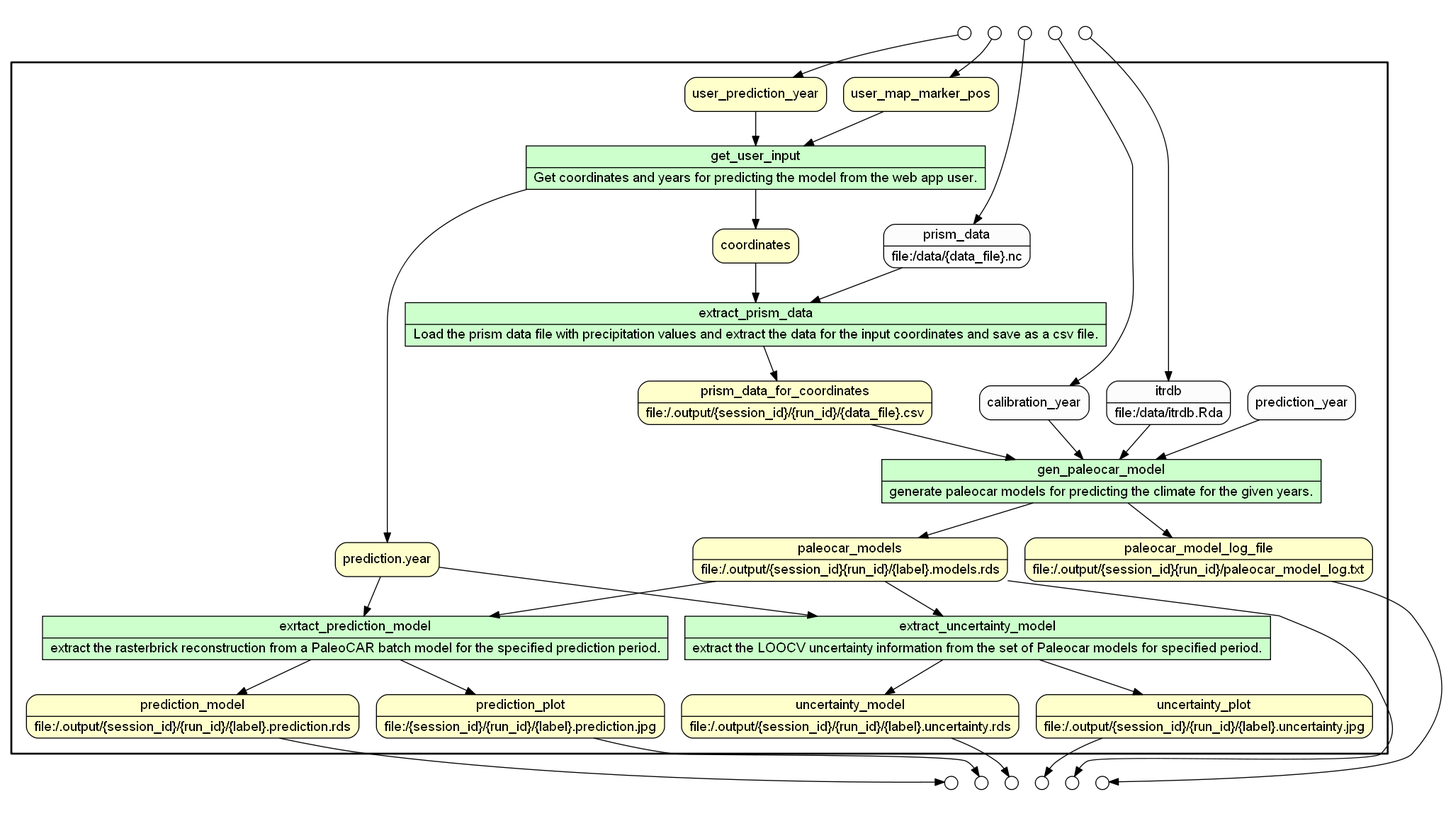
idaks/wt-prov-Summer-2017 keeps this Graphviz diagram as .prov_scripts/graphs/web_app_paleocar_data_flow.png. Above is the earlier version. Its source is kept beside it as .prov_scripts/gv_files/web_app_paleocar_data_flow.gv.
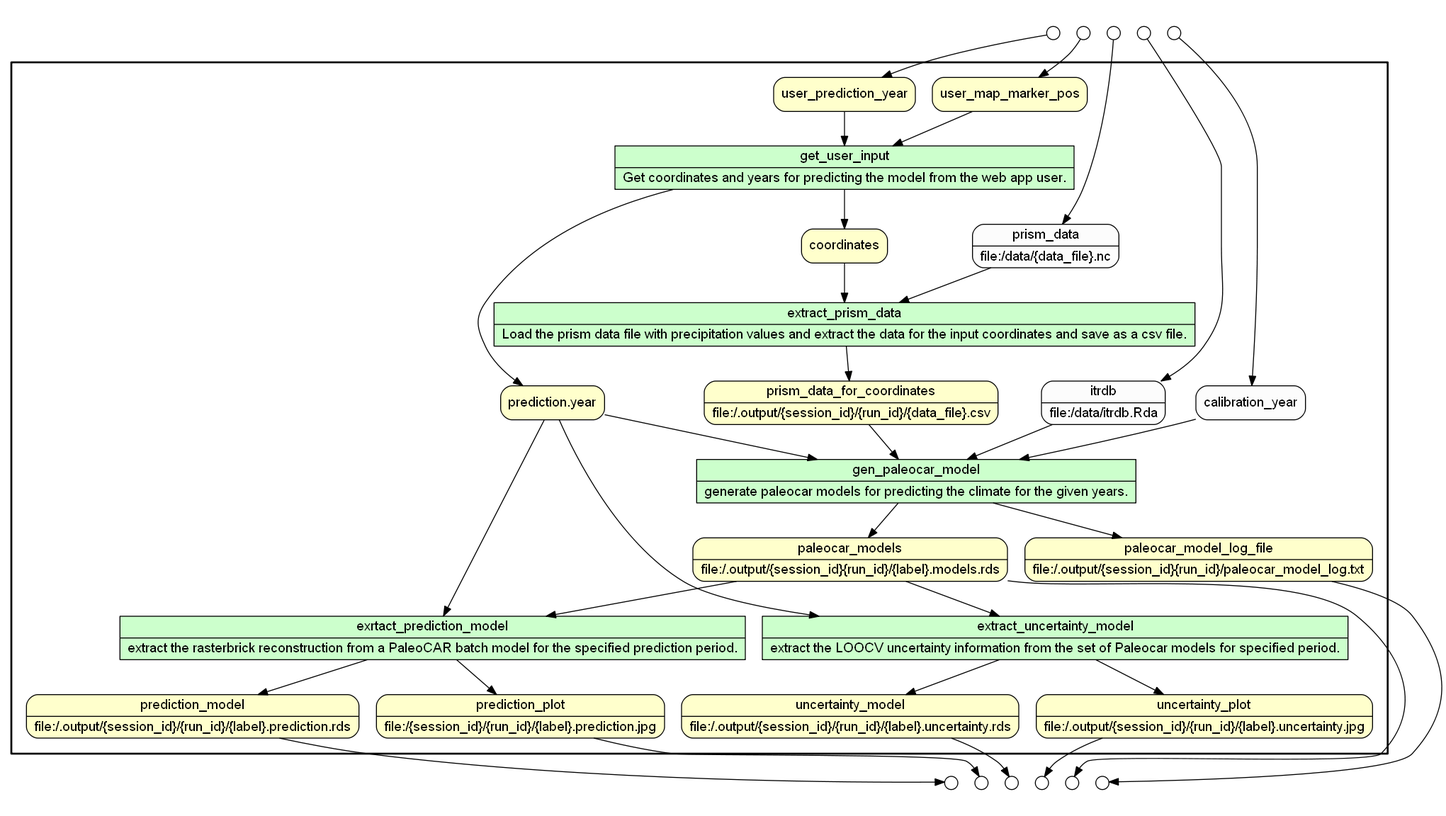
After the change.

Change to the diagram source:
```diff
@@ -20,8 +20,8 @@
 user_map_marker_pos
 user_prediction_year
 coordinates
+"prediction.year"
 prism_data_for_coordinates [shape=record rankdir=LR label="{<f0> prism_data_for_coordinates |<f1> file\:/.output/\{session_id\}/\{run_id\}/\{data_file\}.csv}"];
-"prediction.year"
 node[shape=box style="rounded,filled" fillcolor="#FCFCFC" peripheries=1 fontname=Helvetica]
 prism_data [shape=record rankdir=LR label="{<f0> prism_data |<f1> file\:/data/\{data_file\}.nc}"];
 calibration_year
@@ -37,7 +37,7 @@
 gen_paleocar_model -> paleocar_model_log_file
 calibration_year -> gen_paleocar_model
 itrdb -> gen_paleocar_model
-prediction_year -> gen_paleocar_model
+"prediction.year" -> gen_paleocar_model
 prism_data_for_coordinates -> gen_paleocar_model
 exrtact_prediction_model -> prediction_model
 exrtact_prediction_model -> prediction_plot
```
